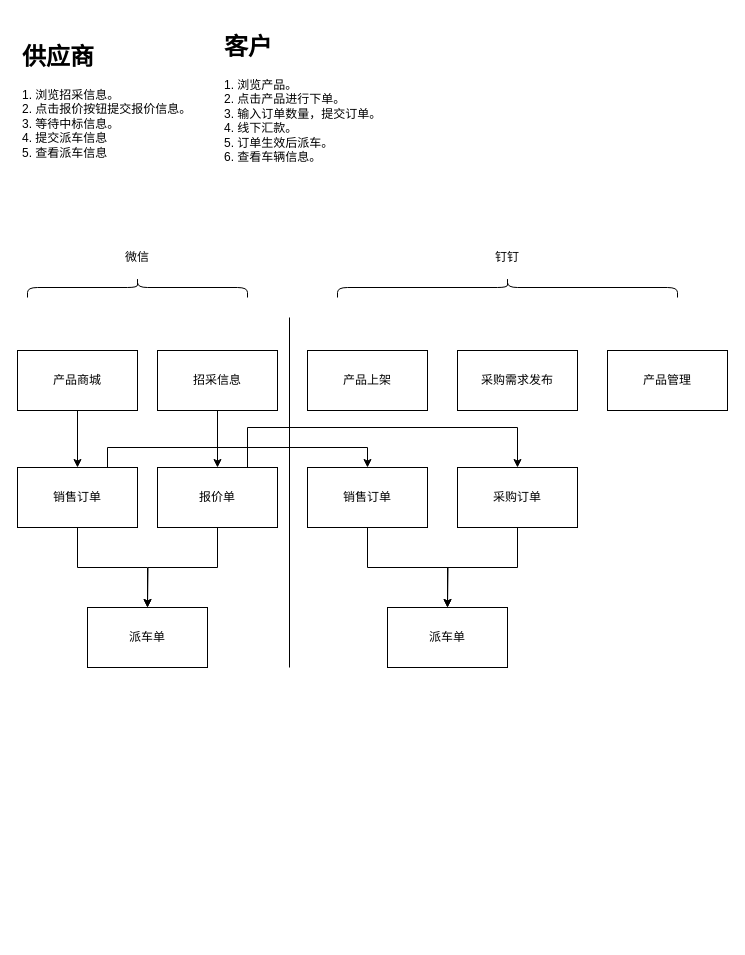
Before: 网上商城.drawio in lipeng260/drawio, a draw.io diagram. Source tidied: cells renumbered, new cells numbered last; positions are measured from the earlier drawing's top-left corner, leaving out a move shared by most shapes. Both pictures are drawn from the tidied source at 100%, with x=0, y=0 at pixel (17, 27).
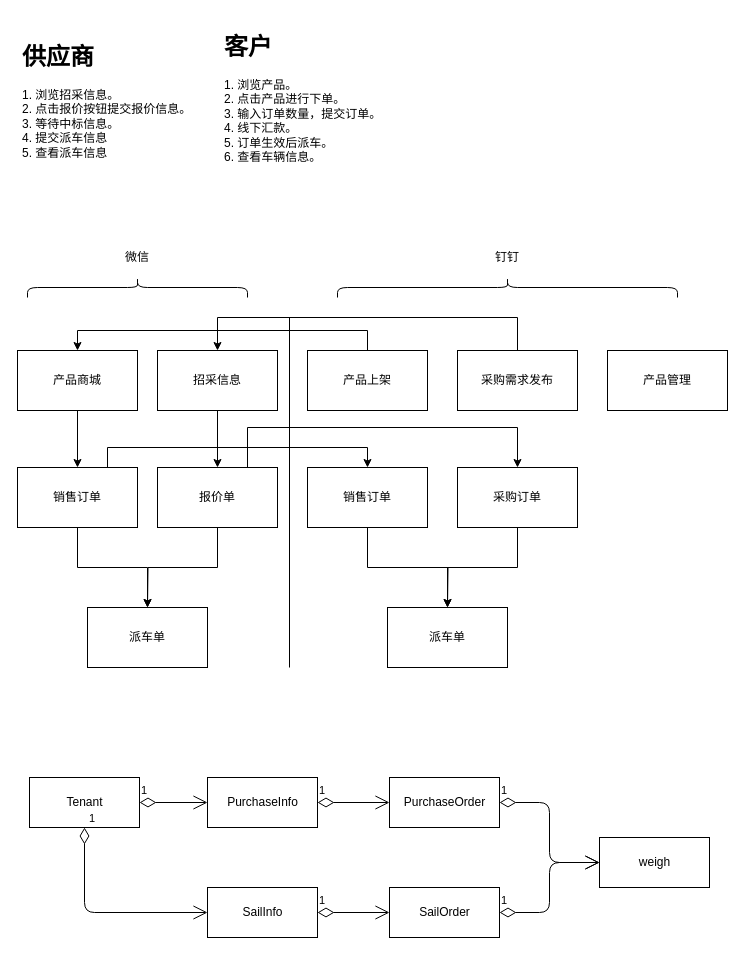
The same diagram, later.

Unchanged cells that the change refers to:
```xml
<mxCell id="3" value="产品上架" style="rounded=0;whiteSpace=wrap;html=1;" parent="1" vertex="1">
  <mxGeometry x="290" y="323" width="120" height="60" as="geometry" />
</mxCell>
<mxCell id="4" value="采购需求发布" style="rounded=0;whiteSpace=wrap;html=1;" parent="1" vertex="1">
  <mxGeometry x="440" y="323" width="120" height="60" as="geometry" />
</mxCell>
<mxCell id="23" value="产品商城" style="rounded=0;whiteSpace=wrap;html=1;" parent="1" vertex="1">
  <mxGeometry y="323" width="120" height="60" as="geometry" />
</mxCell>
<mxCell id="25" value="招采信息" style="rounded=0;whiteSpace=wrap;html=1;" parent="1" vertex="1">
  <mxGeometry x="140" y="323" width="120" height="60" as="geometry" />
</mxCell>
```

Diff of the diagram source:
```diff
@@
+    <mxCell id="28" style="edgeStyle=orthogonalEdgeStyle;rounded=0;jettySize=auto;html=1;exitX=0.5;exitY=0;exitDx=0;exitDy=0;entryX=0.5;entryY=0;entryDx=0;entryDy=0;" parent="1" edge="1" source="3" target="23">
+      <mxGeometry relative="1" as="geometry" />
+    </mxCell>
@@
+    <mxCell id="29" style="edgeStyle=orthogonalEdgeStyle;rounded=0;jettySize=auto;html=1;exitX=0.5;exitY=0;exitDx=0;exitDy=0;entryX=0.5;entryY=0;entryDx=0;entryDy=0;" parent="1" edge="1" source="4" target="25">
+      <mxGeometry relative="1" as="geometry">
+        <Array as="points">
+          <mxPoint x="500" y="290" />
+          <mxPoint x="200" y="290" />
+        </Array>
+      </mxGeometry>
+    </mxCell>
@@
+    <mxCell id="30" value="Tenant" style="html=1;" parent="1" vertex="1">
+      <mxGeometry x="12" y="750" width="110" height="50" as="geometry" />
+    </mxCell>
+    <mxCell id="31" value="PurchaseInfo" style="html=1;" parent="1" vertex="1">
+      <mxGeometry x="190" y="750" width="110" height="50" as="geometry" />
+    </mxCell>
+    <mxCell id="32" value="1" style="endArrow=open;html=1;endSize=12;startArrow=diamondThin;startSize=14;startFill=0;edgeStyle=orthogonalEdgeStyle;align=left;verticalAlign=bottom;entryX=0;entryY=0.5;entryDx=0;entryDy=0;exitX=1;exitY=0.5;exitDx=0;exitDy=0;" parent="1" edge="1" source="30" target="31">
+      <mxGeometry x="-1" y="3" relative="1" as="geometry" />
+    </mxCell>
+    <mxCell id="33" value="SailInfo" style="html=1;" parent="1" vertex="1">
+      <mxGeometry x="190" y="860" width="110" height="50" as="geometry" />
+    </mxCell>
+    <mxCell id="34" value="1" style="endArrow=open;html=1;endSize=12;startArrow=diamondThin;startSize=14;startFill=0;edgeStyle=orthogonalEdgeStyle;align=left;verticalAlign=bottom;exitX=0.5;exitY=1;exitDx=0;exitDy=0;entryX=0;entryY=0.5;entryDx=0;entryDy=0;" parent="1" edge="1" source="30" target="33">
+      <mxGeometry x="-1" y="3" relative="1" as="geometry" />
+    </mxCell>
+    <mxCell id="35" value="PurchaseOrder" style="html=1;" parent="1" vertex="1">
+      <mxGeometry x="372" y="750" width="110" height="50" as="geometry" />
+    </mxCell>
+    <mxCell id="36" value="1" style="endArrow=open;html=1;endSize=12;startArrow=diamondThin;startSize=14;startFill=0;edgeStyle=orthogonalEdgeStyle;align=left;verticalAlign=bottom;entryX=0;entryY=0.5;entryDx=0;entryDy=0;exitX=1;exitY=0.5;exitDx=0;exitDy=0;" parent="1" edge="1" source="31" target="35">
+      <mxGeometry x="-1" y="3" relative="1" as="geometry" />
+    </mxCell>
+    <mxCell id="37" value="SailOrder" style="html=1;" parent="1" vertex="1">
+      <mxGeometry x="372" y="860" width="110" height="50" as="geometry" />
+    </mxCell>
+    <mxCell id="38" value="1" style="endArrow=open;html=1;endSize=12;startArrow=diamondThin;startSize=14;startFill=0;edgeStyle=orthogonalEdgeStyle;align=left;verticalAlign=bottom;exitX=1;exitY=0.5;exitDx=0;exitDy=0;entryX=0;entryY=0.5;entryDx=0;entryDy=0;" parent="1" edge="1" source="33" target="37">
+      <mxGeometry x="-1" y="3" relative="1" as="geometry" />
+    </mxCell>
+    <mxCell id="39" value="weigh" style="html=1;" parent="1" vertex="1">
+      <mxGeometry x="582" y="810" width="110" height="50" as="geometry" />
+    </mxCell>
+    <mxCell id="40" value="1" style="endArrow=open;html=1;endSize=12;startArrow=diamondThin;startSize=14;startFill=0;edgeStyle=orthogonalEdgeStyle;align=left;verticalAlign=bottom;entryX=0;entryY=0.5;entryDx=0;entryDy=0;exitX=1;exitY=0.5;exitDx=0;exitDy=0;" parent="1" edge="1" source="35" target="39">
+      <mxGeometry x="-1" y="3" relative="1" as="geometry" />
+    </mxCell>
+    <mxCell id="41" value="1" style="endArrow=open;html=1;endSize=12;startArrow=diamondThin;startSize=14;startFill=0;edgeStyle=orthogonalEdgeStyle;align=left;verticalAlign=bottom;entryX=0;entryY=0.5;entryDx=0;entryDy=0;exitX=1;exitY=0.5;exitDx=0;exitDy=0;" parent="1" edge="1" source="37" target="39">
+      <mxGeometry x="-1" y="3" relative="1" as="geometry" />
+    </mxCell>
```
